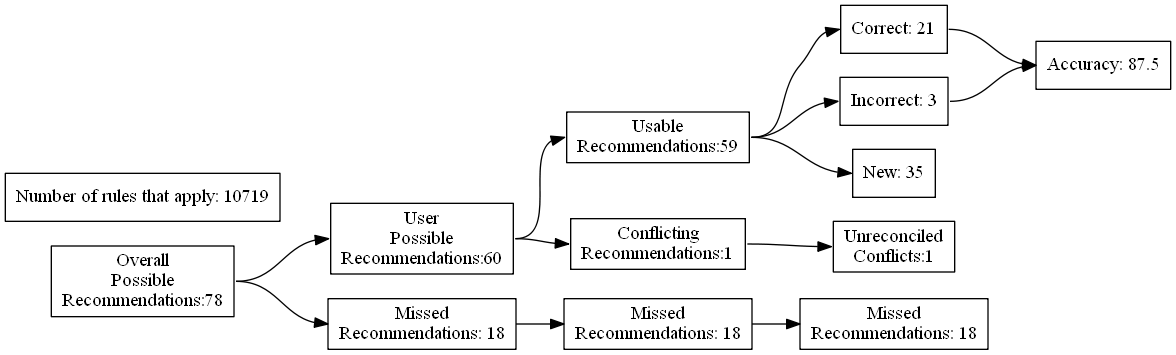
The Graphviz diagram test_renders/31.gv.png in ZaxR/ibd_diet_analysis, before a commit. Its source is kept beside it as test_renders/31.gv.
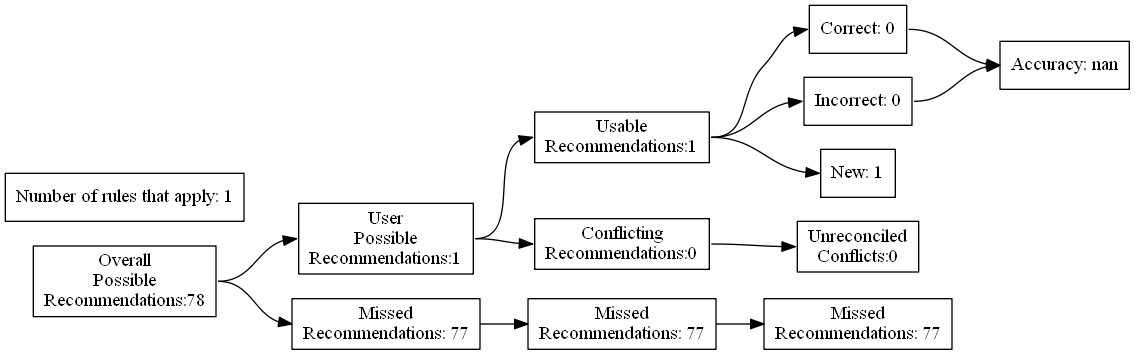
The same file after the commit.

Change to the diagram source:
```diff
@@ -7,24 +7,24 @@
 Recommendations:78"]
 		B [label="User
 Possible
-Recommendations:60"]
+Recommendations:1"]
 		C [label="Missed
-Recommendations: 18"]
+Recommendations: 77"]
 		D [label="Usable
-Recommendations:59"]
+Recommendations:1"]
 		E [label="Conflicting
-Recommendations:1"]
+Recommendations:0"]
 		J [label="Missed
-Recommendations: 18"]
+Recommendations: 77"]
 		M [label="Unreconciled
-Conflicts:1"]
-		F [label="Correct: 21"]
-		G [label="Incorrect: 3"]
-		H [label="New: 35"]
+Conflicts:0"]
+		F [label="Correct: 0"]
+		G [label="Incorrect: 0"]
+		H [label="New: 1"]
 		K [label="Missed
-Recommendations: 18"]
-		I [label="Accuracy: 87.5"]
-		l [label="Number of rules that apply: 10719"]
+Recommendations: 77"]
+		I [label="Accuracy: nan"]
+		l [label="Number of rules that apply: 1"]
 			A -> B
 			A -> C
 			B -> D
```
